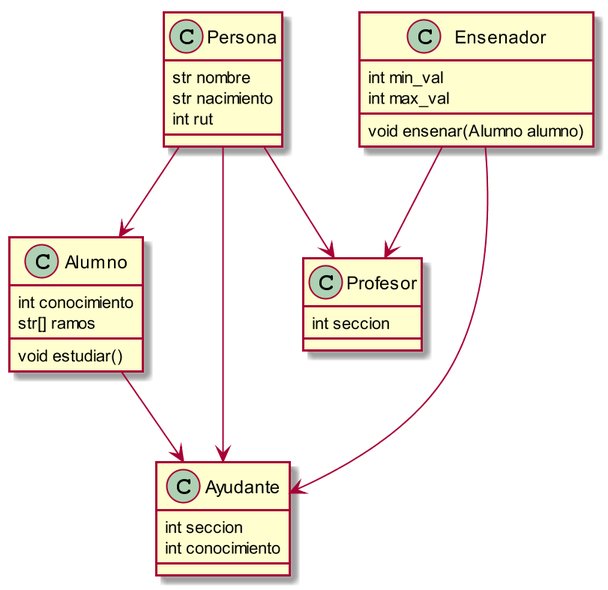
Above: Actividades/AC01/uml_diagram.png in contranton/IIC2233 (PlantUML), before the change.
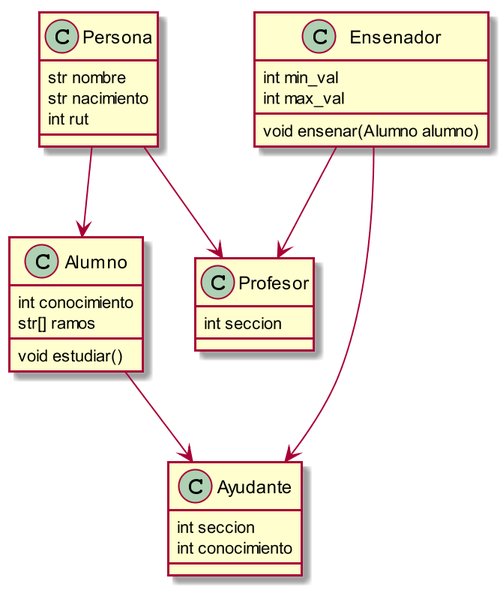
The same diagram one commit later.

Commit message:
Ayudante extends Alumno, not Persona

What changed in the source:
```diff
@@ -32,7 +32,6 @@
 
 }
 Persona --> Alumno
-Persona --> Ayudante
 Persona --> Profesor
 Ensenador --> Ayudante
 Ensenador --> Profesor
```
